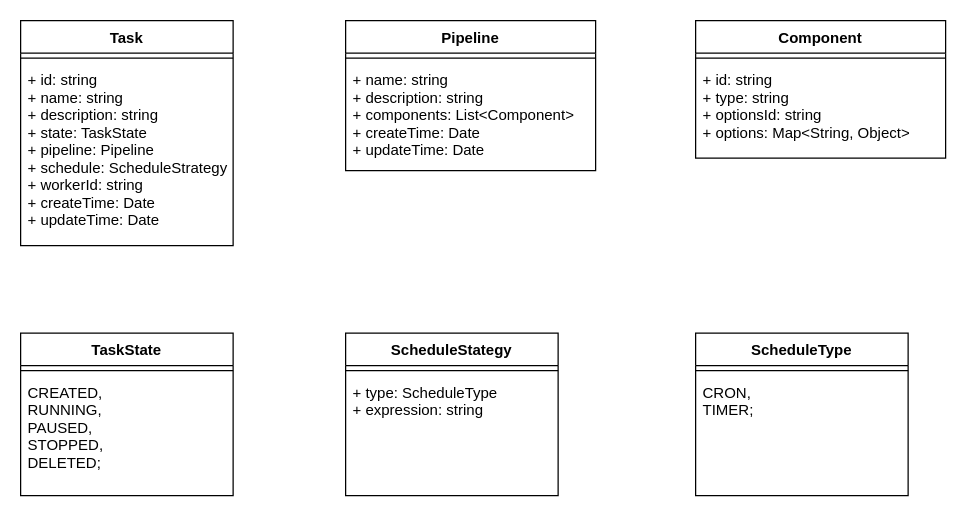
The draw.io diagram page "任务-组件数据模型" (9 of 13) of 自助式接入.drawio in dophinlife/drawio, before the edit. Source tidied: cells renumbered, new cells numbered last; positions are measured from the earlier drawing's top-left corner, leaving out a move shared by most shapes. Both pictures are drawn from the tidied source at 125%, with x=0, y=0 at pixel (20, 20).
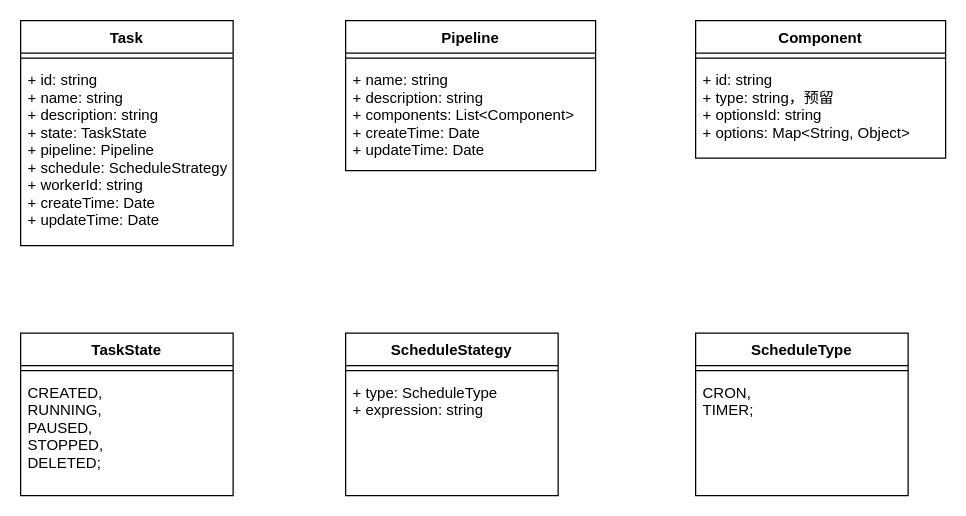
Above is the later version.

What changed in the source:
```diff
@@
 <mxGraphModel>
   <root>
     <mxCell id="0" />
     <mxCell id="1" parent="0" />
     <mxCell id="2" value="Task" style="swimlane;fontStyle=1;align=center;verticalAlign=top;horizontal=1;startSize=26;" parent="1" vertex="1">
       <mxGeometry width="170" height="180" as="geometry" />
     </mxCell>
     <mxCell id="3" style="line;strokeWidth=1;fillColor=none;align=left;verticalAlign=middle;spacingTop=-1;spacingLeft=3;spacingRight=3;labelPosition=right;" parent="2" vertex="1">
       <mxGeometry y="26" width="170" height="8" as="geometry" />
     </mxCell>
     <mxCell id="4" value="+ id: string&#10;+ name: string&#10;+ description: string&#10;+ state: TaskState&#10;+ pipeline: Pipeline&#10;+ schedule: ScheduleStrategy&#10;+ workerId: string&#10;+ createTime: Date&#10;+ updateTime: Date" style="text;strokeColor=none;fillColor=none;align=left;verticalAlign=top;spacingLeft=4;spacingRight=4;overflow=hidden;" parent="2" vertex="1">
       <mxGeometry y="34" width="170" height="146" as="geometry" />
     </mxCell>
     <mxCell id="5" value="Pipeline" style="swimlane;fontStyle=1;align=center;verticalAlign=top;horizontal=1;startSize=26;" parent="1" vertex="1">
       <mxGeometry x="260" width="200" height="120" as="geometry" />
     </mxCell>
     <mxCell id="6" style="line;strokeWidth=1;fillColor=none;align=left;verticalAlign=middle;spacingTop=-1;spacingLeft=3;spacingRight=3;labelPosition=right;" parent="5" vertex="1">
       <mxGeometry y="26" width="200" height="8" as="geometry" />
     </mxCell>
     <mxCell id="7" value="+ name: string&#10;+ description: string&#10;+ components: List&lt;Component&gt;&#10;+ createTime: Date&#10;+ updateTime: Date" style="text;strokeColor=none;fillColor=none;align=left;verticalAlign=top;spacingLeft=4;spacingRight=4;overflow=hidden;" parent="5" vertex="1">
       <mxGeometry y="34" width="200" height="86" as="geometry" />
     </mxCell>
     <mxCell id="8" value="Component" style="swimlane;fontStyle=1;align=center;verticalAlign=top;horizontal=1;startSize=26;" parent="1" vertex="1">
       <mxGeometry x="540" width="200" height="110" as="geometry" />
     </mxCell>
     <mxCell id="9" style="line;strokeWidth=1;fillColor=none;align=left;verticalAlign=middle;spacingTop=-1;spacingLeft=3;spacingRight=3;labelPosition=right;" parent="8" vertex="1">
       <mxGeometry y="26" width="200" height="8" as="geometry" />
     </mxCell>
-    <mxCell id="10" value="+ id: string&#10;+ type: string&#10;+ optionsId: string&#10;+ options: Map&lt;String, Object&gt;" style="text;strokeColor=none;fillColor=none;align=left;verticalAlign=top;spacingLeft=4;spacingRight=4;overflow=hidden;" parent="8" vertex="1">
+    <mxCell id="10" value="+ id: string&#10;+ type: string，预留&#10;+ optionsId: string&#10;+ options: Map&lt;String, Object&gt;" style="text;strokeColor=none;fillColor=none;align=left;verticalAlign=top;spacingLeft=4;spacingRight=4;overflow=hidden;" parent="8" vertex="1">
       <mxGeometry y="34" width="200" height="76" as="geometry" />
     </mxCell>
     <mxCell id="11" value="TaskState" style="swimlane;fontStyle=1;align=center;verticalAlign=top;horizontal=1;startSize=26;" parent="1" vertex="1">
       <mxGeometry y="250" width="170" height="130" as="geometry" />
     </mxCell>
     <mxCell id="12" style="line;strokeWidth=1;fillColor=none;align=left;verticalAlign=middle;spacingTop=-1;spacingLeft=3;spacingRight=3;labelPosition=right;" parent="11" vertex="1">
       <mxGeometry y="26" width="170" height="8" as="geometry" />
     </mxCell>
     <mxCell id="13" value="CREATED,&#10;RUNNING,&#10;PAUSED,&#10;STOPPED,&#10;DELETED;" style="text;strokeColor=none;fillColor=none;align=left;verticalAlign=top;spacingLeft=4;spacingRight=4;overflow=hidden;" parent="11" vertex="1">
       <mxGeometry y="34" width="170" height="96" as="geometry" />
     </mxCell>
     <mxCell id="14" value="ScheduleStategy" style="swimlane;fontStyle=1;align=center;verticalAlign=top;horizontal=1;startSize=26;" parent="1" vertex="1">
       <mxGeometry x="260" y="250" width="170" height="130" as="geometry" />
     </mxCell>
     <mxCell id="15" style="line;strokeWidth=1;fillColor=none;align=left;verticalAlign=middle;spacingTop=-1;spacingLeft=3;spacingRight=3;labelPosition=right;" parent="14" vertex="1">
       <mxGeometry y="26" width="170" height="8" as="geometry" />
     </mxCell>
     <mxCell id="16" value="+ type: ScheduleType&#10;+ expression: string" style="text;strokeColor=none;fillColor=none;align=left;verticalAlign=top;spacingLeft=4;spacingRight=4;overflow=hidden;" parent="14" vertex="1">
       <mxGeometry y="34" width="170" height="96" as="geometry" />
     </mxCell>
     <mxCell id="17" value="ScheduleType" style="swimlane;fontStyle=1;align=center;verticalAlign=top;horizontal=1;startSize=26;" parent="1" vertex="1">
       <mxGeometry x="540" y="250" width="170" height="130" as="geometry" />
     </mxCell>
     <mxCell id="18" style="line;strokeWidth=1;fillColor=none;align=left;verticalAlign=middle;spacingTop=-1;spacingLeft=3;spacingRight=3;labelPosition=right;" parent="17" vertex="1">
       <mxGeometry y="26" width="170" height="8" as="geometry" />
     </mxCell>
     <mxCell id="19" value="CRON,&#10;TIMER;" style="text;strokeColor=none;fillColor=none;align=left;verticalAlign=top;spacingLeft=4;spacingRight=4;overflow=hidden;" parent="17" vertex="1">
       <mxGeometry y="34" width="170" height="96" as="geometry" />
     </mxCell>
   </root>
 </mxGraphModel>
```
